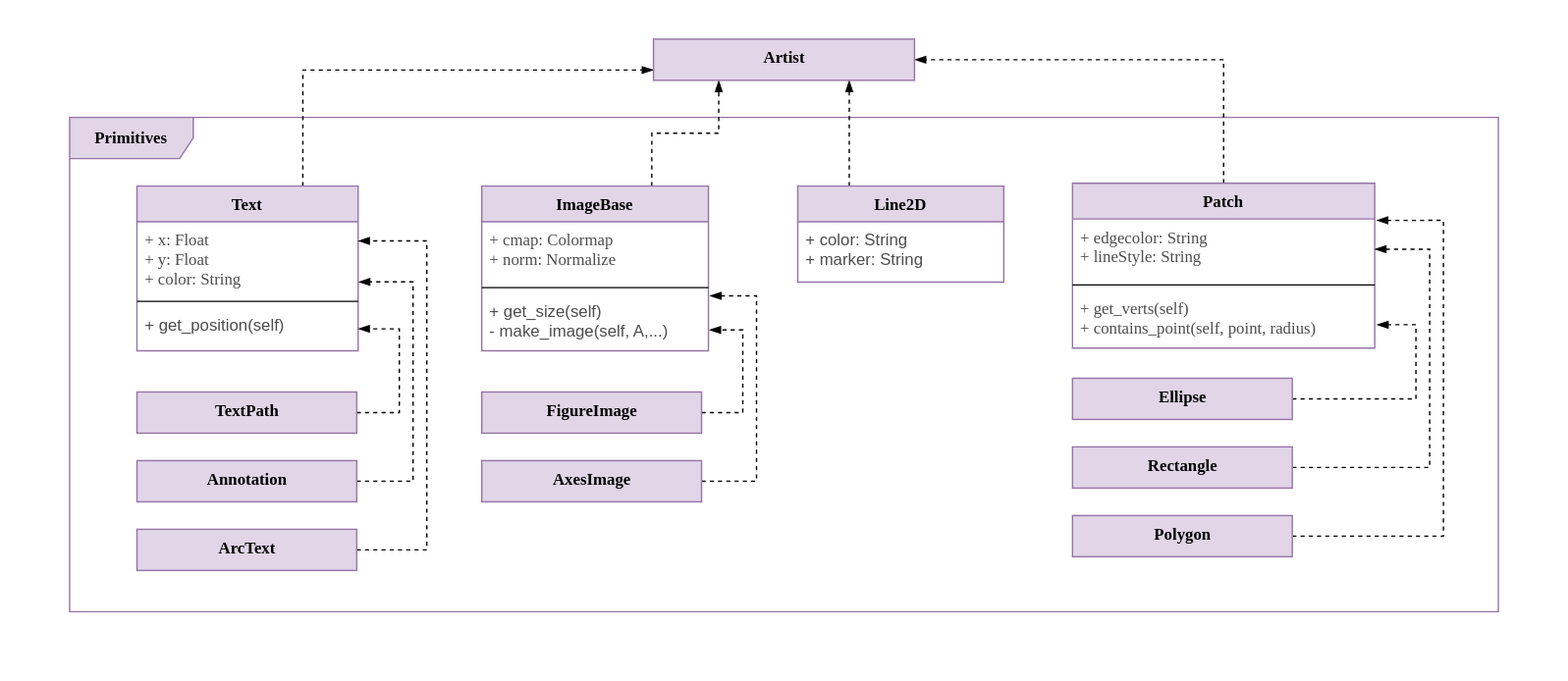
The draw.io diagram deliverable/1/img/UML_Artist_Layer_Primitive.svg in CSCD01/team_04-project, before a commit. Source tidied: cells renumbered, new cells last; positions are measured from the earlier drawing's top-left corner, leaving out a move shared by most shapes.
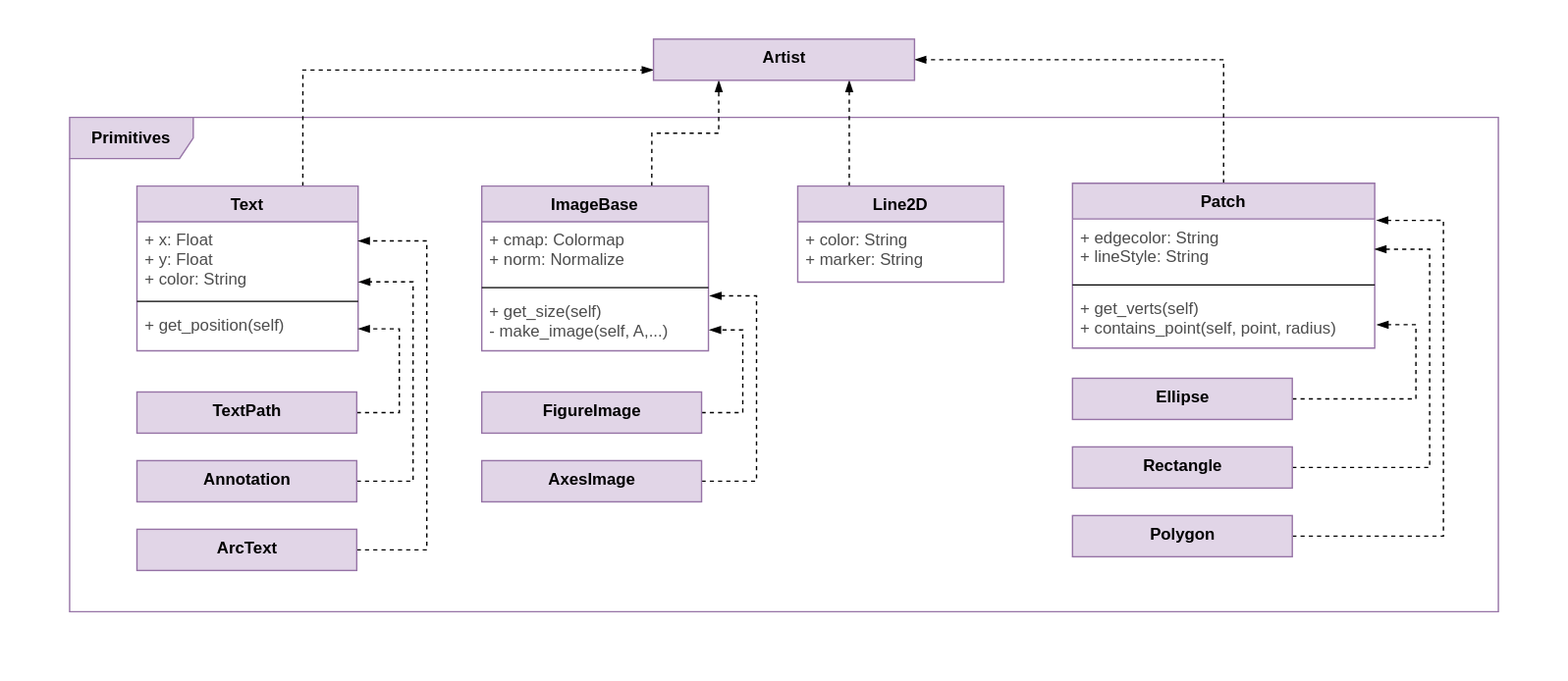
The same file after the commit.

The edit, as a diff of the source:
```diff
@@ -2,67 +2,67 @@
   <root>
     <mxCell id="0" />
     <mxCell id="1" parent="0" />
-    <mxCell id="2" style="html=1;strokeColor=#FFFFFF;" parent="1" vertex="1">
+    <mxCell id="2" style="html=1;strokeColor=#FFFFFF;fontFamily=Helvetica;" parent="1" vertex="1">
       <mxGeometry width="1140" height="495" as="geometry" />
     </mxCell>
-    <mxCell id="3" value="Primitives" style="shape=umlFrame;whiteSpace=wrap;html=1;width=90;height=30;strokeColor=#9673a6;fillColor=#e1d5e7;fontStyle=1;fontFamily=Tahoma;" parent="1" vertex="1">
+    <mxCell id="3" value="Primitives" style="shape=umlFrame;whiteSpace=wrap;html=1;width=90;height=30;strokeColor=#9673a6;fillColor=#e1d5e7;fontStyle=1;fontFamily=Helvetica;" parent="1" vertex="1">
       <mxGeometry x="50" y="85" width="1040" height="360" as="geometry" />
     </mxCell>
-    <mxCell id="4" style="edgeStyle=orthogonalEdgeStyle;rounded=0;jettySize=auto;html=1;exitX=0.5;exitY=0;exitDx=0;exitDy=0;entryX=1;entryY=0.5;entryDx=0;entryDy=0;dashed=1;endArrow=blockThin;endFill=1;" parent="1" edge="1" source="5" target="38">
+    <mxCell id="4" style="edgeStyle=orthogonalEdgeStyle;rounded=0;jettySize=auto;html=1;exitX=0.5;exitY=0;exitDx=0;exitDy=0;entryX=1;entryY=0.5;entryDx=0;entryDy=0;dashed=1;endArrow=blockThin;endFill=1;fontFamily=Helvetica;" parent="1" edge="1" source="5" target="38">
       <mxGeometry relative="1" as="geometry" />
     </mxCell>
-    <mxCell id="5" value="Patch" style="swimlane;fontStyle=1;align=center;verticalAlign=top;horizontal=1;startSize=26;fontFamily=Tahoma;strokeColor=#9673a6;fillColor=#e1d5e7;" parent="1" vertex="1">
+    <mxCell id="5" value="Patch" style="swimlane;fontStyle=1;align=center;verticalAlign=top;horizontal=1;startSize=26;fontFamily=Helvetica;strokeColor=#9673a6;fillColor=#e1d5e7;" parent="1" vertex="1">
       <mxGeometry x="780" y="133" width="220" height="120" as="geometry" />
     </mxCell>
-    <mxCell id="6" value="+ edgecolor: String&#10;+ lineStyle: String" style="text;strokeColor=none;fillColor=none;align=left;verticalAlign=top;spacingLeft=4;spacingRight=4;overflow=hidden;points=[[0,0.5],[1,0.5]];portConstraint=eastwest;fontFamily=Tahoma;fontColor=#4D4D4D;" parent="5" vertex="1">
+    <mxCell id="6" value="+ edgecolor: String&#10;+ lineStyle: String" style="text;strokeColor=none;fillColor=none;align=left;verticalAlign=top;spacingLeft=4;spacingRight=4;overflow=hidden;points=[[0,0.5],[1,0.5]];portConstraint=eastwest;fontFamily=Helvetica;fontColor=#4D4D4D;" parent="5" vertex="1">
       <mxGeometry y="26" width="220" height="44" as="geometry" />
     </mxCell>
-    <mxCell id="7" style="line;strokeWidth=1;fillColor=none;align=left;verticalAlign=middle;spacingTop=-1;spacingLeft=3;spacingRight=3;labelPosition=right;" parent="5" vertex="1">
+    <mxCell id="7" style="line;strokeWidth=1;fillColor=none;align=left;verticalAlign=middle;spacingTop=-1;spacingLeft=3;spacingRight=3;labelPosition=right;fontFamily=Helvetica;" parent="5" vertex="1">
       <mxGeometry y="70" width="220" height="8" as="geometry" />
     </mxCell>
-    <mxCell id="8" value="+ get_verts(self)&#10;+ contains_point(self, point, radius)" style="text;strokeColor=none;fillColor=none;align=left;verticalAlign=top;spacingLeft=4;spacingRight=4;overflow=hidden;points=[[0,0.5],[1,0.5]];portConstraint=eastwest;fontFamily=Tahoma;fontColor=#4D4D4D;" parent="5" vertex="1">
+    <mxCell id="8" value="+ get_verts(self)&#10;+ contains_point(self, point, radius)" style="text;strokeColor=none;fillColor=none;align=left;verticalAlign=top;spacingLeft=4;spacingRight=4;overflow=hidden;points=[[0,0.5],[1,0.5]];portConstraint=eastwest;fontFamily=Helvetica;fontColor=#4D4D4D;" parent="5" vertex="1">
       <mxGeometry y="78" width="220" height="42" as="geometry" />
     </mxCell>
-    <mxCell id="9" style="edgeStyle=orthogonalEdgeStyle;rounded=0;jettySize=auto;html=1;exitX=0.75;exitY=0;exitDx=0;exitDy=0;entryX=0;entryY=0.75;entryDx=0;entryDy=0;dashed=1;endArrow=blockThin;endFill=1;" parent="1" edge="1" source="10" target="38">
+    <mxCell id="9" style="edgeStyle=orthogonalEdgeStyle;rounded=0;jettySize=auto;html=1;exitX=0.75;exitY=0;exitDx=0;exitDy=0;entryX=0;entryY=0.75;entryDx=0;entryDy=0;dashed=1;endArrow=blockThin;endFill=1;fontFamily=Helvetica;" parent="1" edge="1" source="10" target="38">
       <mxGeometry relative="1" as="geometry" />
     </mxCell>
-    <mxCell id="10" value="Text" style="swimlane;fontStyle=1;align=center;verticalAlign=top;horizontal=1;startSize=26;fontFamily=Tahoma;strokeColor=#9673a6;fillColor=#e1d5e7;" parent="1" vertex="1">
+    <mxCell id="10" value="Text" style="swimlane;fontStyle=1;align=center;verticalAlign=top;horizontal=1;startSize=26;fontFamily=Helvetica;strokeColor=#9673a6;fillColor=#e1d5e7;" parent="1" vertex="1">
       <mxGeometry x="99" y="135" width="161" height="120" as="geometry" />
     </mxCell>
-    <mxCell id="11" value="+ x: Float&#10;+ y: Float&#10;+ color: String&#10;" style="text;strokeColor=none;fillColor=none;align=left;verticalAlign=top;spacingLeft=4;spacingRight=4;overflow=hidden;points=[[0,0.5],[1,0.5]];portConstraint=eastwest;fontFamily=Tahoma;fontColor=#4D4D4D;" parent="10" vertex="1">
+    <mxCell id="11" value="+ x: Float&#10;+ y: Float&#10;+ color: String&#10;" style="text;strokeColor=none;fillColor=none;align=left;verticalAlign=top;spacingLeft=4;spacingRight=4;overflow=hidden;points=[[0,0.5],[1,0.5]];portConstraint=eastwest;fontFamily=Helvetica;fontColor=#4D4D4D;" parent="10" vertex="1">
       <mxGeometry y="26" width="161" height="54" as="geometry" />
     </mxCell>
-    <mxCell id="12" style="line;strokeWidth=1;fillColor=none;align=left;verticalAlign=middle;spacingTop=-1;spacingLeft=3;spacingRight=3;labelPosition=right;" parent="10" vertex="1">
+    <mxCell id="12" style="line;strokeWidth=1;fillColor=none;align=left;verticalAlign=middle;spacingTop=-1;spacingLeft=3;spacingRight=3;labelPosition=right;fontFamily=Helvetica;" parent="10" vertex="1">
       <mxGeometry y="80" width="161" height="8" as="geometry" />
     </mxCell>
-    <mxCell id="13" value="+ get_position(self)" style="text;strokeColor=none;fillColor=none;align=left;verticalAlign=top;spacingLeft=4;spacingRight=4;overflow=hidden;points=[[0,0.5],[1,0.5]];portConstraint=eastwest;fontColor=#4D4D4D;" parent="10" vertex="1">
+    <mxCell id="13" value="+ get_position(self)" style="text;strokeColor=none;fillColor=none;align=left;verticalAlign=top;spacingLeft=4;spacingRight=4;overflow=hidden;points=[[0,0.5],[1,0.5]];portConstraint=eastwest;fontColor=#4D4D4D;fontFamily=Helvetica;" parent="10" vertex="1">
       <mxGeometry y="88" width="161" height="32" as="geometry" />
     </mxCell>
-    <mxCell id="14" style="edgeStyle=orthogonalEdgeStyle;rounded=0;jettySize=auto;html=1;exitX=0.25;exitY=0;exitDx=0;exitDy=0;entryX=0.75;entryY=1;entryDx=0;entryDy=0;dashed=1;endArrow=blockThin;endFill=1;" parent="1" edge="1" source="15" target="38">
+    <mxCell id="14" style="edgeStyle=orthogonalEdgeStyle;rounded=0;jettySize=auto;html=1;exitX=0.25;exitY=0;exitDx=0;exitDy=0;entryX=0.75;entryY=1;entryDx=0;entryDy=0;dashed=1;endArrow=blockThin;endFill=1;fontFamily=Helvetica;" parent="1" edge="1" source="15" target="38">
       <mxGeometry relative="1" as="geometry" />
     </mxCell>
-    <mxCell id="15" value="Line2D" style="swimlane;fontStyle=1;horizontal=1;startSize=26;fillColor=#e1d5e7;strokeColor=#9673a6;fontFamily=Tahoma;fontColor=#000000;verticalAlign=top;" parent="1" vertex="1">
+    <mxCell id="15" value="Line2D" style="swimlane;fontStyle=1;horizontal=1;startSize=26;fillColor=#e1d5e7;strokeColor=#9673a6;fontFamily=Helvetica;fontColor=#000000;verticalAlign=top;" parent="1" vertex="1">
       <mxGeometry x="580" y="135" width="150" height="70" as="geometry" />
     </mxCell>
-    <mxCell id="16" value="+ color: String&#10;+ marker: String" style="text;strokeColor=none;fillColor=none;align=left;verticalAlign=top;spacingLeft=4;spacingRight=4;overflow=hidden;fontColor=#4D4D4D;" parent="15" vertex="1">
+    <mxCell id="16" value="+ color: String&#10;+ marker: String" style="text;strokeColor=none;fillColor=none;align=left;verticalAlign=top;spacingLeft=4;spacingRight=4;overflow=hidden;fontColor=#4D4D4D;fontFamily=Helvetica;" parent="15" vertex="1">
       <mxGeometry y="26" width="150" height="44" as="geometry" />
     </mxCell>
-    <mxCell id="17" style="edgeStyle=orthogonalEdgeStyle;rounded=0;jettySize=auto;html=1;exitX=0.75;exitY=0;exitDx=0;exitDy=0;entryX=0.25;entryY=1;entryDx=0;entryDy=0;dashed=1;endArrow=blockThin;endFill=1;" parent="1" edge="1" source="18" target="38">
+    <mxCell id="17" style="edgeStyle=orthogonalEdgeStyle;rounded=0;jettySize=auto;html=1;exitX=0.75;exitY=0;exitDx=0;exitDy=0;entryX=0.25;entryY=1;entryDx=0;entryDy=0;dashed=1;endArrow=blockThin;endFill=1;fontFamily=Helvetica;" parent="1" edge="1" source="18" target="38">
       <mxGeometry relative="1" as="geometry" />
     </mxCell>
-    <mxCell id="18" value="ImageBase" style="swimlane;fontStyle=1;align=center;verticalAlign=top;horizontal=1;startSize=26;fontFamily=Tahoma;strokeColor=#9673a6;fillColor=#e1d5e7;" parent="1" vertex="1">
+    <mxCell id="18" value="ImageBase" style="swimlane;fontStyle=1;align=center;verticalAlign=top;horizontal=1;startSize=26;fontFamily=Helvetica;strokeColor=#9673a6;fillColor=#e1d5e7;" parent="1" vertex="1">
       <mxGeometry x="350" y="135" width="165" height="120" as="geometry" />
     </mxCell>
-    <mxCell id="19" value="+ cmap: Colormap&#10;+ norm: Normalize" style="text;strokeColor=none;fillColor=none;align=left;verticalAlign=top;spacingLeft=4;spacingRight=4;overflow=hidden;fontFamily=Tahoma;fontColor=#4D4D4D;" parent="18" vertex="1">
+    <mxCell id="19" value="+ cmap: Colormap&#10;+ norm: Normalize" style="text;strokeColor=none;fillColor=none;align=left;verticalAlign=top;spacingLeft=4;spacingRight=4;overflow=hidden;fontFamily=Helvetica;fontColor=#4D4D4D;" parent="18" vertex="1">
       <mxGeometry y="26" width="165" height="44" as="geometry" />
     </mxCell>
-    <mxCell id="20" style="line;strokeWidth=1;fillColor=none;align=left;verticalAlign=middle;spacingTop=-1;spacingLeft=3;spacingRight=3;labelPosition=right;" parent="18" vertex="1">
+    <mxCell id="20" style="line;strokeWidth=1;fillColor=none;align=left;verticalAlign=middle;spacingTop=-1;spacingLeft=3;spacingRight=3;labelPosition=right;fontFamily=Helvetica;" parent="18" vertex="1">
       <mxGeometry y="70" width="165" height="8" as="geometry" />
     </mxCell>
-    <mxCell id="21" value="+ get_size(self)&#10;- make_image(self, A,...)" style="text;strokeColor=none;fillColor=none;align=left;verticalAlign=top;spacingLeft=4;spacingRight=4;overflow=hidden;points=[[0,0.5],[1,0.5]];portConstraint=eastwest;fontColor=#4D4D4D;" parent="18" vertex="1">
+    <mxCell id="21" value="+ get_size(self)&#10;- make_image(self, A,...)" style="text;strokeColor=none;fillColor=none;align=left;verticalAlign=top;spacingLeft=4;spacingRight=4;overflow=hidden;points=[[0,0.5],[1,0.5]];portConstraint=eastwest;fontColor=#4D4D4D;fontFamily=Helvetica;" parent="18" vertex="1">
       <mxGeometry y="78" width="165" height="42" as="geometry" />
     </mxCell>
-    <mxCell id="22" style="edgeStyle=orthogonalEdgeStyle;rounded=0;jettySize=auto;html=1;exitX=1;exitY=0.5;exitDx=0;exitDy=0;dashed=1;startArrow=none;startFill=0;endArrow=blockThin;endFill=1;" parent="1" edge="1" source="23" target="11">
+    <mxCell id="22" style="edgeStyle=orthogonalEdgeStyle;rounded=0;jettySize=auto;html=1;exitX=1;exitY=0.5;exitDx=0;exitDy=0;dashed=1;startArrow=none;startFill=0;endArrow=blockThin;endFill=1;fontFamily=Helvetica;" parent="1" edge="1" source="23" target="11">
       <mxGeometry relative="1" as="geometry">
         <Array as="points">
           <mxPoint x="310" y="400" />
@@ -70,10 +70,10 @@
         </Array>
       </mxGeometry>
     </mxCell>
-    <mxCell id="23" value="ArcText" style="html=1;fontFamily=Tahoma;fillColor=#e1d5e7;strokeColor=#9673a6;fontStyle=1;verticalAlign=top;" parent="1" vertex="1">
+    <mxCell id="23" value="ArcText" style="html=1;fontFamily=Helvetica;fillColor=#e1d5e7;strokeColor=#9673a6;fontStyle=1;verticalAlign=top;" parent="1" vertex="1">
       <mxGeometry x="99" y="385" width="160" height="30" as="geometry" />
     </mxCell>
-    <mxCell id="24" style="edgeStyle=orthogonalEdgeStyle;rounded=0;jettySize=auto;html=1;exitX=1;exitY=0.5;exitDx=0;exitDy=0;entryX=1.002;entryY=0.812;entryDx=0;entryDy=0;entryPerimeter=0;dashed=1;startArrow=none;startFill=0;endArrow=blockThin;endFill=1;" parent="1" edge="1" source="25" target="11">
+    <mxCell id="24" style="edgeStyle=orthogonalEdgeStyle;rounded=0;jettySize=auto;html=1;exitX=1;exitY=0.5;exitDx=0;exitDy=0;entryX=1.002;entryY=0.812;entryDx=0;entryDy=0;entryPerimeter=0;dashed=1;startArrow=none;startFill=0;endArrow=blockThin;endFill=1;fontFamily=Helvetica;" parent="1" edge="1" source="25" target="11">
       <mxGeometry relative="1" as="geometry">
         <Array as="points">
           <mxPoint x="300" y="350" />
@@ -81,10 +81,10 @@
         </Array>
       </mxGeometry>
     </mxCell>
-    <mxCell id="25" value="Annotation" style="html=1;fontFamily=Tahoma;fillColor=#e1d5e7;strokeColor=#9673a6;fontStyle=1;verticalAlign=top;" parent="1" vertex="1">
+    <mxCell id="25" value="Annotation" style="html=1;fontFamily=Helvetica;fillColor=#e1d5e7;strokeColor=#9673a6;fontStyle=1;verticalAlign=top;" parent="1" vertex="1">
       <mxGeometry x="99" y="335" width="160" height="30" as="geometry" />
     </mxCell>
-    <mxCell id="26" style="edgeStyle=orthogonalEdgeStyle;rounded=0;jettySize=auto;html=1;exitX=1;exitY=0.5;exitDx=0;exitDy=0;entryX=1;entryY=0.5;entryDx=0;entryDy=0;dashed=1;startArrow=none;startFill=0;endArrow=blockThin;endFill=1;" parent="1" edge="1" source="27" target="13">
+    <mxCell id="26" style="edgeStyle=orthogonalEdgeStyle;rounded=0;jettySize=auto;html=1;exitX=1;exitY=0.5;exitDx=0;exitDy=0;entryX=1;entryY=0.5;entryDx=0;entryDy=0;dashed=1;startArrow=none;startFill=0;endArrow=blockThin;endFill=1;fontFamily=Helvetica;" parent="1" edge="1" source="27" target="13">
       <mxGeometry relative="1" as="geometry">
         <Array as="points">
           <mxPoint x="290" y="300" />
@@ -92,10 +92,10 @@
         </Array>
       </mxGeometry>
     </mxCell>
-    <mxCell id="27" value="TextPath" style="html=1;fontFamily=Tahoma;fillColor=#e1d5e7;strokeColor=#9673a6;fontStyle=1;verticalAlign=top;" parent="1" vertex="1">
+    <mxCell id="27" value="TextPath" style="html=1;fontFamily=Helvetica;fillColor=#e1d5e7;strokeColor=#9673a6;fontStyle=1;verticalAlign=top;" parent="1" vertex="1">
       <mxGeometry x="99" y="285" width="160" height="30" as="geometry" />
     </mxCell>
-    <mxCell id="28" style="edgeStyle=orthogonalEdgeStyle;rounded=0;jettySize=auto;html=1;exitX=1;exitY=0.5;exitDx=0;exitDy=0;dashed=1;startArrow=none;startFill=0;endArrow=blockThin;endFill=1;" parent="1" edge="1" source="29">
+    <mxCell id="28" style="edgeStyle=orthogonalEdgeStyle;rounded=0;jettySize=auto;html=1;exitX=1;exitY=0.5;exitDx=0;exitDy=0;dashed=1;startArrow=none;startFill=0;endArrow=blockThin;endFill=1;fontFamily=Helvetica;" parent="1" edge="1" source="29">
       <mxGeometry relative="1" as="geometry">
         <mxPoint x="516" y="215" as="targetPoint" />
         <Array as="points">
@@ -104,10 +104,10 @@
         </Array>
       </mxGeometry>
     </mxCell>
-    <mxCell id="29" value="AxesImage" style="html=1;fontFamily=Tahoma;fillColor=#e1d5e7;strokeColor=#9673a6;fontStyle=1;verticalAlign=top;" parent="1" vertex="1">
+    <mxCell id="29" value="AxesImage" style="html=1;fontFamily=Helvetica;fillColor=#e1d5e7;strokeColor=#9673a6;fontStyle=1;verticalAlign=top;" parent="1" vertex="1">
       <mxGeometry x="350" y="335" width="160" height="30" as="geometry" />
     </mxCell>
-    <mxCell id="30" style="edgeStyle=orthogonalEdgeStyle;rounded=0;jettySize=auto;html=1;exitX=1;exitY=0.5;exitDx=0;exitDy=0;entryX=1.004;entryY=0.639;entryDx=0;entryDy=0;entryPerimeter=0;dashed=1;startArrow=none;startFill=0;endArrow=blockThin;endFill=1;" parent="1" edge="1" source="31" target="21">
+    <mxCell id="30" style="edgeStyle=orthogonalEdgeStyle;rounded=0;jettySize=auto;html=1;exitX=1;exitY=0.5;exitDx=0;exitDy=0;entryX=1.004;entryY=0.639;entryDx=0;entryDy=0;entryPerimeter=0;dashed=1;startArrow=none;startFill=0;endArrow=blockThin;endFill=1;fontFamily=Helvetica;" parent="1" edge="1" source="31" target="21">
       <mxGeometry relative="1" as="geometry">
         <Array as="points">
           <mxPoint x="540" y="300" />
@@ -115,10 +115,10 @@
         </Array>
       </mxGeometry>
     </mxCell>
-    <mxCell id="31" value="FigureImage" style="html=1;fontFamily=Tahoma;fillColor=#e1d5e7;strokeColor=#9673a6;fontStyle=1;verticalAlign=top;" parent="1" vertex="1">
+    <mxCell id="31" value="FigureImage" style="html=1;fontFamily=Helvetica;fillColor=#e1d5e7;strokeColor=#9673a6;fontStyle=1;verticalAlign=top;" parent="1" vertex="1">
       <mxGeometry x="350" y="285" width="160" height="30" as="geometry" />
     </mxCell>
-    <mxCell id="32" style="edgeStyle=orthogonalEdgeStyle;rounded=0;jettySize=auto;html=1;exitX=1;exitY=0.5;exitDx=0;exitDy=0;entryX=1.006;entryY=0.023;entryDx=0;entryDy=0;entryPerimeter=0;dashed=1;startArrow=none;startFill=0;endArrow=blockThin;endFill=1;" parent="1" edge="1" source="33" target="6">
+    <mxCell id="32" style="edgeStyle=orthogonalEdgeStyle;rounded=0;jettySize=auto;html=1;exitX=1;exitY=0.5;exitDx=0;exitDy=0;entryX=1.006;entryY=0.023;entryDx=0;entryDy=0;entryPerimeter=0;dashed=1;startArrow=none;startFill=0;endArrow=blockThin;endFill=1;fontFamily=Helvetica;" parent="1" edge="1" source="33" target="6">
       <mxGeometry relative="1" as="geometry">
         <Array as="points">
           <mxPoint x="1050" y="390" />
@@ -126,10 +126,10 @@
         </Array>
       </mxGeometry>
     </mxCell>
-    <mxCell id="33" value="Polygon" style="html=1;fontFamily=Tahoma;fillColor=#e1d5e7;strokeColor=#9673a6;fontStyle=1;verticalAlign=top;" parent="1" vertex="1">
+    <mxCell id="33" value="Polygon" style="html=1;fontFamily=Helvetica;fillColor=#e1d5e7;strokeColor=#9673a6;fontStyle=1;verticalAlign=top;" parent="1" vertex="1">
       <mxGeometry x="780" y="375" width="160" height="30" as="geometry" />
     </mxCell>
-    <mxCell id="34" style="edgeStyle=orthogonalEdgeStyle;rounded=0;jettySize=auto;html=1;exitX=1;exitY=0.5;exitDx=0;exitDy=0;entryX=1;entryY=0.5;entryDx=0;entryDy=0;endArrow=blockThin;endFill=1;dashed=1;" parent="1" edge="1" source="35" target="6">
+    <mxCell id="34" style="edgeStyle=orthogonalEdgeStyle;rounded=0;jettySize=auto;html=1;exitX=1;exitY=0.5;exitDx=0;exitDy=0;entryX=1;entryY=0.5;entryDx=0;entryDy=0;endArrow=blockThin;endFill=1;dashed=1;fontFamily=Helvetica;" parent="1" edge="1" source="35" target="6">
       <mxGeometry relative="1" as="geometry">
         <Array as="points">
           <mxPoint x="1040" y="340" />
@@ -137,10 +137,10 @@
         </Array>
       </mxGeometry>
     </mxCell>
-    <mxCell id="35" value="Rectangle" style="html=1;fontFamily=Tahoma;fillColor=#e1d5e7;strokeColor=#9673a6;fontStyle=1;verticalAlign=top;" parent="1" vertex="1">
+    <mxCell id="35" value="Rectangle" style="html=1;fontFamily=Helvetica;fillColor=#e1d5e7;strokeColor=#9673a6;fontStyle=1;verticalAlign=top;" parent="1" vertex="1">
       <mxGeometry x="780" y="325" width="160" height="30" as="geometry" />
     </mxCell>
-    <mxCell id="36" style="edgeStyle=orthogonalEdgeStyle;rounded=0;jettySize=auto;html=1;exitX=1;exitY=0.5;exitDx=0;exitDy=0;entryX=1.007;entryY=0.595;entryDx=0;entryDy=0;entryPerimeter=0;dashed=1;startArrow=none;startFill=0;endArrow=blockThin;endFill=1;" parent="1" edge="1" source="37" target="8">
+    <mxCell id="36" style="edgeStyle=orthogonalEdgeStyle;rounded=0;jettySize=auto;html=1;exitX=1;exitY=0.5;exitDx=0;exitDy=0;entryX=1.007;entryY=0.595;entryDx=0;entryDy=0;entryPerimeter=0;dashed=1;startArrow=none;startFill=0;endArrow=blockThin;endFill=1;fontFamily=Helvetica;" parent="1" edge="1" source="37" target="8">
       <mxGeometry relative="1" as="geometry">
         <Array as="points">
           <mxPoint x="1030" y="290" />
@@ -148,10 +148,10 @@
         </Array>
       </mxGeometry>
     </mxCell>
-    <mxCell id="37" value="Ellipse" style="html=1;fontFamily=Tahoma;fillColor=#e1d5e7;strokeColor=#9673a6;fontStyle=1;verticalAlign=top;" parent="1" vertex="1">
+    <mxCell id="37" value="Ellipse" style="html=1;fontFamily=Helvetica;fillColor=#e1d5e7;strokeColor=#9673a6;fontStyle=1;verticalAlign=top;" parent="1" vertex="1">
       <mxGeometry x="780" y="275" width="160" height="30" as="geometry" />
     </mxCell>
-    <mxCell id="38" value="Artist" style="html=1;fontFamily=Tahoma;fillColor=#e1d5e7;strokeColor=#9673a6;fontStyle=1;verticalAlign=top;" parent="1" vertex="1">
+    <mxCell id="38" value="Artist" style="html=1;fontFamily=Helvetica;fillColor=#e1d5e7;strokeColor=#9673a6;fontStyle=1;verticalAlign=top;" parent="1" vertex="1">
       <mxGeometry x="475" y="28" width="190" height="30" as="geometry" />
     </mxCell>
   </root>
```
